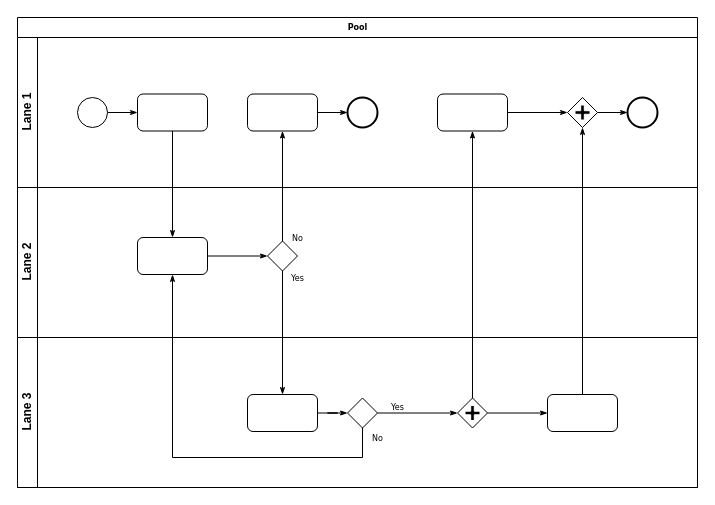
Before: Untitled Diagram.drawio in bkorel/hello, a draw.io diagram. Source tidied: cells renumbered, new cells numbered last; positions are measured from the earlier drawing's top-left corner, leaving out a move shared by most shapes. Both pictures are drawn from the tidied source at 100%, with x=0, y=0 at pixel (17, 17).
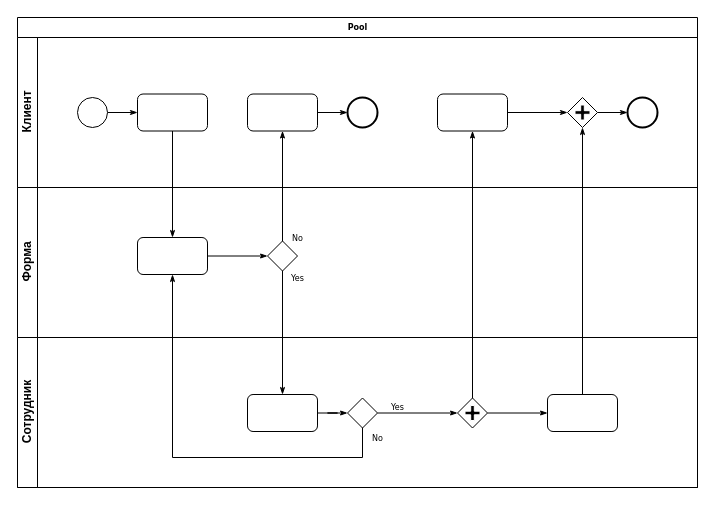
Above is the later version.

The change refers to these unchanged cells:
```xml
<mxCell id="2" value="Pool" style="swimlane;html=1;horizontal=1;startSize=20;rounded=0;shadow=0;labelBackgroundColor=none;strokeWidth=1;fontFamily=Verdana;fontSize=8;align=center;" parent="1" vertex="1">
  <mxGeometry width="680" height="470" as="geometry" />
</mxCell>
```

What changed in the source:
```diff
@@
-    <mxCell id="3" value="Lane 1" style="swimlane;html=1;startSize=20;horizontal=0;" parent="2" vertex="1">
+    <mxCell id="3" value="Клиент" style="swimlane;html=1;startSize=20;horizontal=0;" parent="2" vertex="1">
       <mxGeometry y="20" width="680" height="150" as="geometry" />
     </mxCell>
@@
-    <mxCell id="15" value="Lane 2" style="swimlane;html=1;startSize=20;horizontal=0;" parent="2" vertex="1">
+    <mxCell id="15" value="Форма" style="swimlane;html=1;startSize=20;horizontal=0;" parent="2" vertex="1">
       <mxGeometry y="170" width="680" height="150" as="geometry" />
     </mxCell>
@@
-    <mxCell id="19" value="Lane 3" style="swimlane;html=1;startSize=20;horizontal=0;" parent="2" vertex="1">
+    <mxCell id="19" value="Сотрудник" style="swimlane;html=1;startSize=20;horizontal=0;" parent="2" vertex="1">
       <mxGeometry y="320" width="680" height="150" as="geometry" />
     </mxCell>
```
